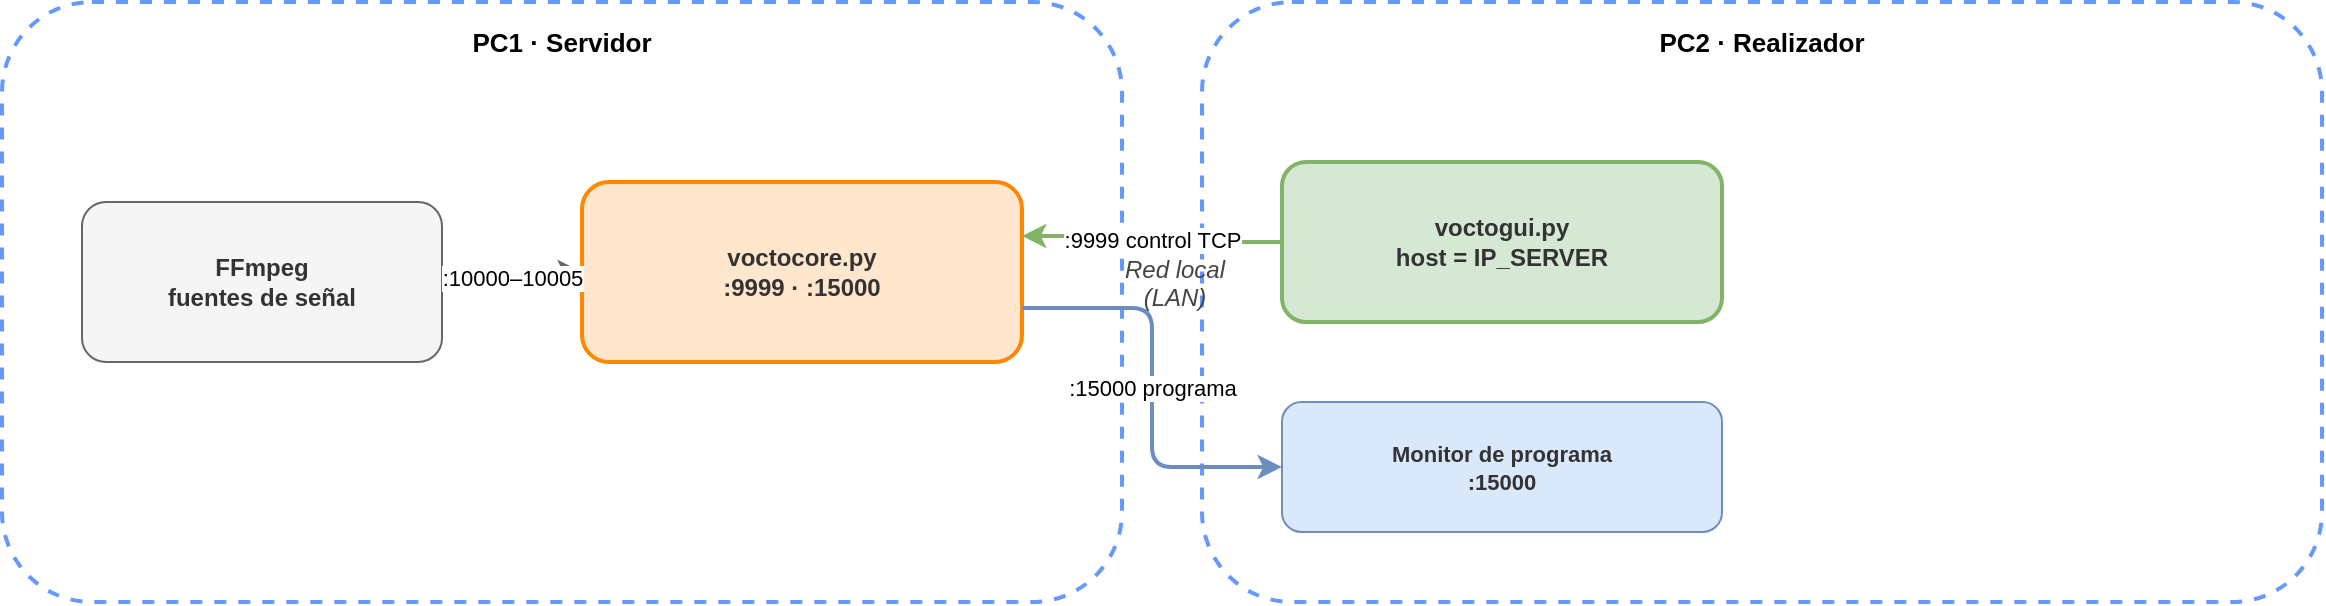
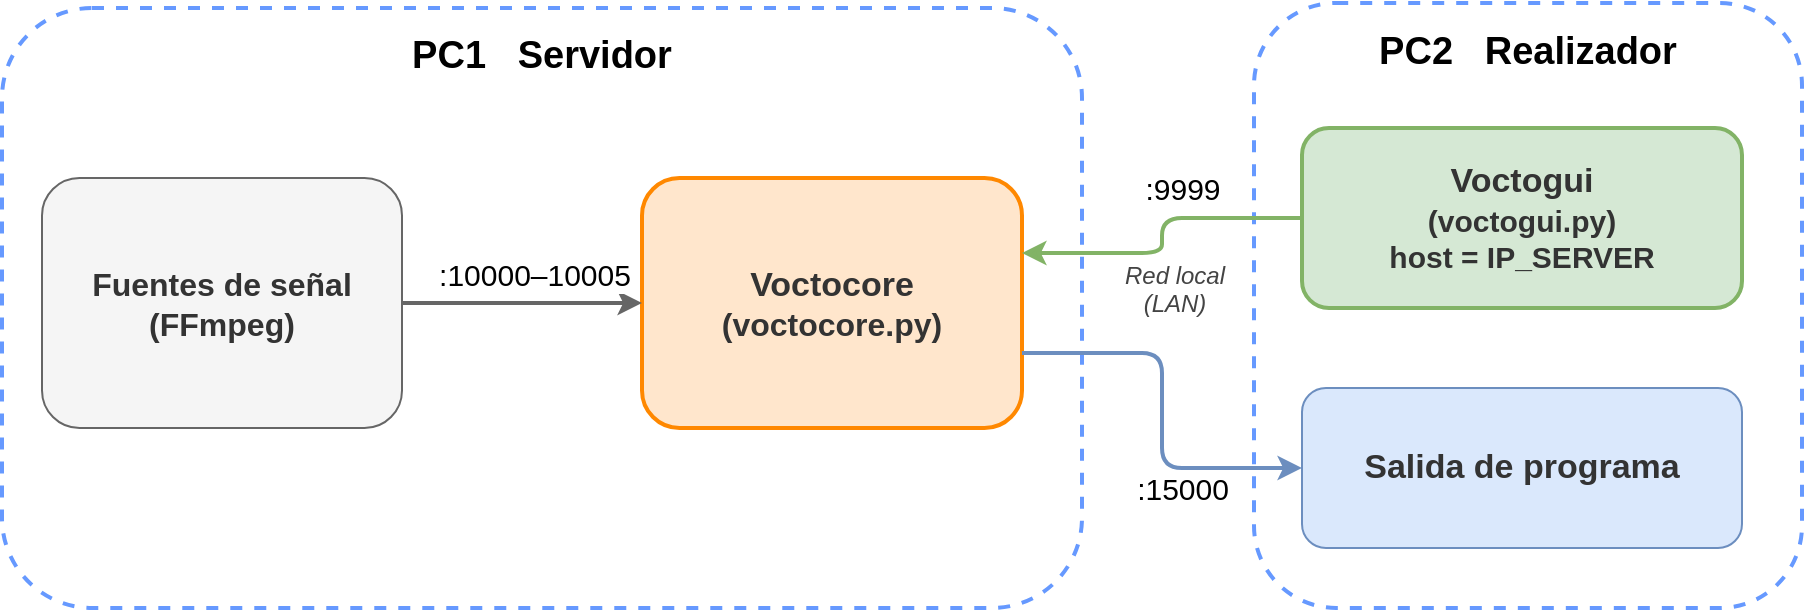
- <mxfile host="app.diagrams.net">
-   <diagram id="escenario_2pc" name="Escenario 2 PCs">
-     <mxGraphModel dx="1200" dy="380" grid="1" gridSize="10" guides="1" tooltips="1" connect="1" arrows="1" fold="1" page="1" pageScale="1" pageWidth="1200" pageHeight="340" math="0" shadow="0">
-       <root>
-         <mxCell id="0"/>
-         <mxCell id="1" parent="0"/>
- 
-         <!-- PC1 container -->
-         <mxCell id="pc1" value="PC1 · Servidor" style="rounded=1;whiteSpace=wrap;html=1;fillColor=none;strokeColor=#6699FF;strokeWidth=2;dashed=1;fontSize=13;fontStyle=1;verticalAlign=top;spacingTop=6;align=center;" vertex="1" parent="1">
-           <mxGeometry x="20" y="20" width="560" height="300" as="geometry"/>
-         </mxCell>
- 
-         <!-- PC2 container -->
-         <mxCell id="pc2" value="PC2 · Realizador" style="rounded=1;whiteSpace=wrap;html=1;fillColor=none;strokeColor=#6699FF;strokeWidth=2;dashed=1;fontSize=13;fontStyle=1;verticalAlign=top;spacingTop=6;align=center;" vertex="1" parent="1">
-           <mxGeometry x="620" y="20" width="560" height="300" as="geometry"/>
-         </mxCell>
- 
-         <!-- FFmpeg sources (PC1) -->
-         <mxCell id="ffmpeg" value="FFmpeg&#xa;fuentes de señal" style="rounded=1;whiteSpace=wrap;html=1;fillColor=#f5f5f5;strokeColor=#666666;fontColor=#333333;fontSize=12;fontStyle=1;" vertex="1" parent="1">
-           <mxGeometry x="60" y="120" width="180" height="80" as="geometry"/>
-         </mxCell>
- 
-         <!-- voctocore (PC1) -->
-         <mxCell id="voctocore" value="voctocore.py&#xa;:9999 · :15000" style="rounded=1;whiteSpace=wrap;html=1;fillColor=#FFE6CC;strokeColor=#FF8800;fontColor=#333333;fontSize=12;fontStyle=1;strokeWidth=2;" vertex="1" parent="1">
-           <mxGeometry x="310" y="110" width="220" height="90" as="geometry"/>
-         </mxCell>
- 
-         <!-- voctogui (PC2) -->
-         <mxCell id="voctogui" value="voctogui.py&#xa;host = IP_SERVER" style="rounded=1;whiteSpace=wrap;html=1;fillColor=#d5e8d4;strokeColor=#82b366;fontColor=#333333;fontSize=12;fontStyle=1;strokeWidth=2;" vertex="1" parent="1">
-           <mxGeometry x="660" y="100" width="220" height="80" as="geometry"/>
-         </mxCell>
- 
-         <!-- Monitor (PC2) -->
-         <mxCell id="monitor" value="Monitor de programa&#xa;:15000" style="rounded=1;whiteSpace=wrap;html=1;fillColor=#dae8fc;strokeColor=#6c8ebf;fontColor=#333333;fontSize=11;fontStyle=1;" vertex="1" parent="1">
-           <mxGeometry x="660" y="220" width="220" height="65" as="geometry"/>
-         </mxCell>
- 
-         <!-- LAN label -->
-         <mxCell id="lan" value="Red local&#xa;(LAN)" style="text;html=1;align=center;fontStyle=2;fontSize=12;fontColor=#444444;" vertex="1" parent="1">
-           <mxGeometry x="566" y="140" width="80" height="40" as="geometry"/>
-         </mxCell>
- 
-         <!-- Arrow: FFmpeg → voctocore -->
-         <mxCell id="a1" value=":10000–10005" style="edgeStyle=orthogonalEdgeStyle;html=1;fontSize=11;strokeWidth=2;strokeColor=#666666;exitX=1;exitY=0.5;exitDx=0;exitDy=0;entryX=0;entryY=0.5;entryDx=0;entryDy=0;" edge="1" source="ffmpeg" target="voctocore" parent="1">
-           <mxGeometry relative="1" as="geometry"/>
-         </mxCell>
- 
-         <!-- Arrow: voctogui → voctocore (control, LAN) -->
-         <mxCell id="a2" value=":9999 control TCP" style="edgeStyle=orthogonalEdgeStyle;html=1;fontSize=11;strokeWidth=2;strokeColor=#82b366;exitX=0;exitY=0.5;exitDx=0;exitDy=0;entryX=1;entryY=0.3;entryDx=0;entryDy=0;" edge="1" source="voctogui" target="voctocore" parent="1">
-           <mxGeometry relative="1" as="geometry"/>
-         </mxCell>
- 
-         <!-- Arrow: voctocore → monitor (program, LAN) -->
-         <mxCell id="a3" value=":15000 programa" style="edgeStyle=orthogonalEdgeStyle;html=1;fontSize=11;strokeWidth=2;strokeColor=#6c8ebf;exitX=1;exitY=0.7;exitDx=0;exitDy=0;entryX=0;entryY=0.5;entryDx=0;entryDy=0;" edge="1" source="voctocore" target="monitor" parent="1">
-           <mxGeometry relative="1" as="geometry"/>
-         </mxCell>
- 
-       </root>
-     </mxGraphModel>
-   </diagram>
- </mxfile>
+ <mxfile host="65bd71144e">
+     <diagram id="escenario_2pc" name="Escenario 2 PCs">
+         <mxGraphModel dx="810" dy="469" grid="1" gridSize="10" guides="1" tooltips="1" connect="1" arrows="1" fold="1" page="1" pageScale="1" pageWidth="1200" pageHeight="340" math="0" shadow="0">
+             <root>
+                 <mxCell id="0"/>
+                 <mxCell id="1" parent="0"/>
+                 <mxCell id="pc1" value="&lt;font style=&quot;font-size: 19px;&quot;&gt;PC1&amp;nbsp; &amp;nbsp;Servidor&lt;/font&gt;" style="rounded=1;whiteSpace=wrap;html=1;fillColor=none;strokeColor=#6699FF;strokeWidth=2;dashed=1;fontSize=13;fontStyle=1;verticalAlign=top;spacingTop=6;align=center;" parent="1" vertex="1">
+                     <mxGeometry x="20" y="20" width="540" height="300" as="geometry"/>
+                 </mxCell>
+                 <mxCell id="pc2" value="&lt;font style=&quot;font-size: 19px;&quot;&gt;PC2&amp;nbsp; &amp;nbsp;Realizador&lt;/font&gt;" style="rounded=1;whiteSpace=wrap;html=1;fillColor=none;strokeColor=#6699FF;strokeWidth=2;dashed=1;fontSize=13;fontStyle=1;verticalAlign=top;spacingTop=6;align=center;" parent="1" vertex="1">
+                     <mxGeometry x="646" y="17.5" width="274" height="302.5" as="geometry"/>
+                 </mxCell>
+                 <mxCell id="ffmpeg" value="&lt;font style=&quot;font-size: 16px;&quot;&gt;Fuentes de señal&lt;/font&gt;&lt;div&gt;&lt;font style=&quot;font-size: 16px;&quot;&gt;(&lt;span style=&quot;color: rgb(51, 51, 51); background-color: transparent;&quot;&gt;FFmpeg)&lt;/span&gt;&lt;/font&gt;&lt;/div&gt;" style="rounded=1;whiteSpace=wrap;html=1;fillColor=#f5f5f5;strokeColor=#666666;fontColor=#333333;fontSize=12;fontStyle=1;" parent="1" vertex="1">
+                     <mxGeometry x="40" y="105" width="180" height="125" as="geometry"/>
+                 </mxCell>
+                 <mxCell id="voctocore" value="&lt;div&gt;&lt;font style=&quot;font-size: 17px;&quot;&gt;Voctocore&lt;/font&gt;&lt;/div&gt;&lt;font style=&quot;&quot;&gt;&lt;font style=&quot;font-size: 16px;&quot;&gt;(voctocore.py)&lt;/font&gt;&lt;br&gt;&lt;/font&gt;" style="rounded=1;whiteSpace=wrap;html=1;fillColor=#FFE6CC;strokeColor=#FF8800;fontColor=#333333;fontSize=12;fontStyle=1;strokeWidth=2;" parent="1" vertex="1">
+                     <mxGeometry x="340" y="105" width="190" height="125" as="geometry"/>
+                 </mxCell>
+                 <mxCell id="voctogui" value="&lt;div&gt;&lt;font style=&quot;font-size: 17px;&quot;&gt;Voctogui&lt;/font&gt;&lt;/div&gt;&lt;font style=&quot;&quot;&gt;&lt;font style=&quot;font-size: 15px;&quot;&gt;(voctogui.py)&lt;br&gt;&lt;/font&gt;&lt;font style=&quot;font-size: 15px;&quot;&gt;host = IP_SERVER&lt;/font&gt;&lt;/font&gt;" style="rounded=1;whiteSpace=wrap;html=1;fillColor=#d5e8d4;strokeColor=#82b366;fontColor=#333333;fontSize=12;fontStyle=1;strokeWidth=2;" parent="1" vertex="1">
+                     <mxGeometry x="670" y="80" width="220" height="90" as="geometry"/>
+                 </mxCell>
+                 <mxCell id="monitor" value="&lt;font style=&quot;font-size: 17px;&quot;&gt;Salida de programa&lt;/font&gt;" style="rounded=1;whiteSpace=wrap;html=1;fillColor=#dae8fc;strokeColor=#6c8ebf;fontColor=#333333;fontSize=11;fontStyle=1;" parent="1" vertex="1">
+                     <mxGeometry x="670" y="210" width="220" height="80" as="geometry"/>
+                 </mxCell>
+                 <mxCell id="lan" value="Red local&#xa;(LAN)" style="text;html=1;align=center;fontStyle=2;fontSize=12;fontColor=#444444;" parent="1" vertex="1">
+                     <mxGeometry x="566" y="140" width="80" height="40" as="geometry"/>
+                 </mxCell>
+                 <mxCell id="a1" value="&lt;font style=&quot;font-size: 15px;&quot;&gt;:10000–10005&lt;/font&gt;" style="edgeStyle=orthogonalEdgeStyle;html=1;fontSize=11;strokeWidth=2;strokeColor=#666666;exitX=1;exitY=0.5;exitDx=0;exitDy=0;entryX=0;entryY=0.5;entryDx=0;entryDy=0;" parent="1" source="ffmpeg" target="voctocore" edge="1">
+                     <mxGeometry x="0.0909" y="15" relative="1" as="geometry">
+                         <mxPoint as="offset"/>
+                     </mxGeometry>
+                 </mxCell>
+                 <mxCell id="a2" value="&lt;font style=&quot;font-size: 15px;&quot;&gt;:9999&lt;/font&gt;" style="edgeStyle=orthogonalEdgeStyle;html=1;fontSize=11;strokeWidth=2;strokeColor=#82b366;exitX=0;exitY=0.5;exitDx=0;exitDy=0;entryX=1;entryY=0.3;entryDx=0;entryDy=0;" parent="1" source="voctogui" target="voctocore" edge="1">
+                     <mxGeometry x="-0.2381" y="-15" relative="1" as="geometry">
+                         <mxPoint as="offset"/>
+                     </mxGeometry>
+                 </mxCell>
+                 <mxCell id="a3" value="&lt;font style=&quot;font-size: 15px;&quot;&gt;:15000&lt;/font&gt;" style="edgeStyle=orthogonalEdgeStyle;html=1;fontSize=11;strokeWidth=2;strokeColor=#6c8ebf;exitX=1;exitY=0.7;exitDx=0;exitDy=0;entryX=0;entryY=0.5;entryDx=0;entryDy=0;" parent="1" source="voctocore" target="monitor" edge="1">
+                     <mxGeometry x="0.3924" y="-10" relative="1" as="geometry">
+                         <mxPoint as="offset"/>
+                     </mxGeometry>
+                 </mxCell>
+             </root>
+         </mxGraphModel>
+     </diagram>
+ </mxfile>